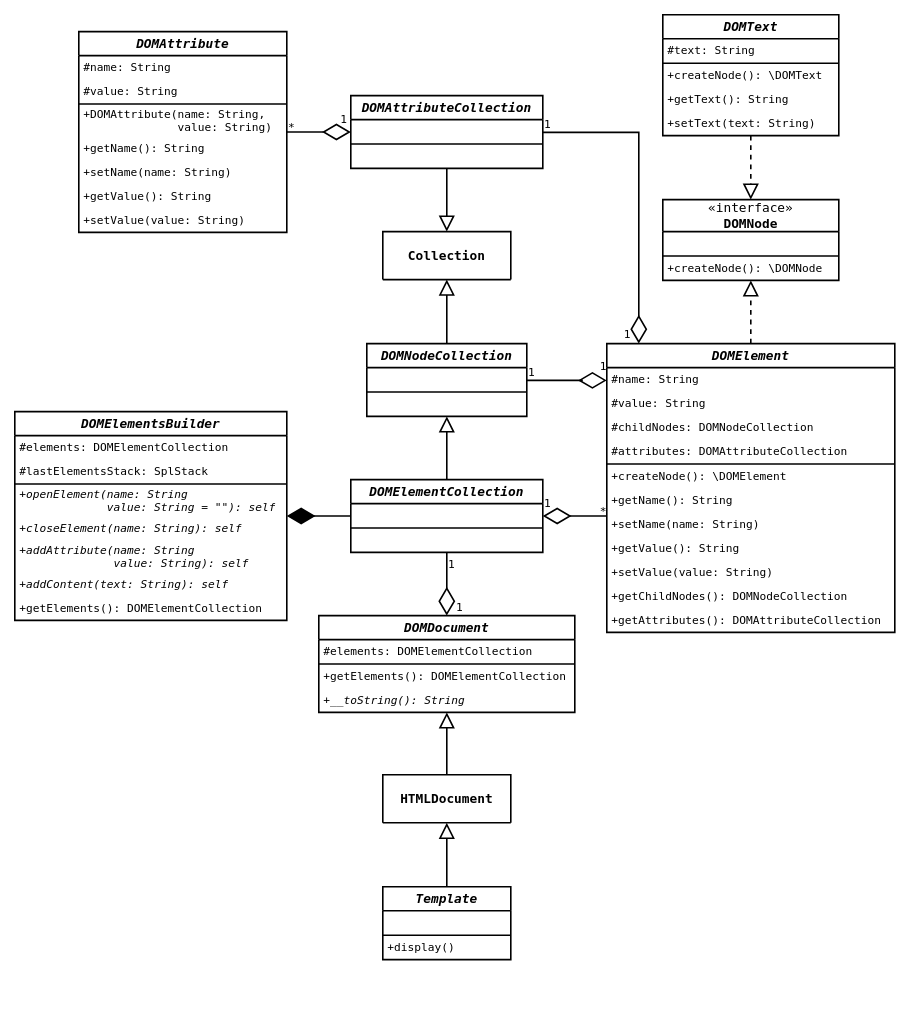
Above: page "template" (7 of 7) of docs/uml/PHPeacock.drawio in AntoineToPHPin/PHPeacock (draw.io), before the change. Source tidied: cells renumbered, new cells numbered last; positions are measured from the earlier drawing's top-left corner, leaving out a move shared by most shapes. Both pictures are drawn from the tidied source at 80%, with x=0, y=0 at pixel (14, 14).
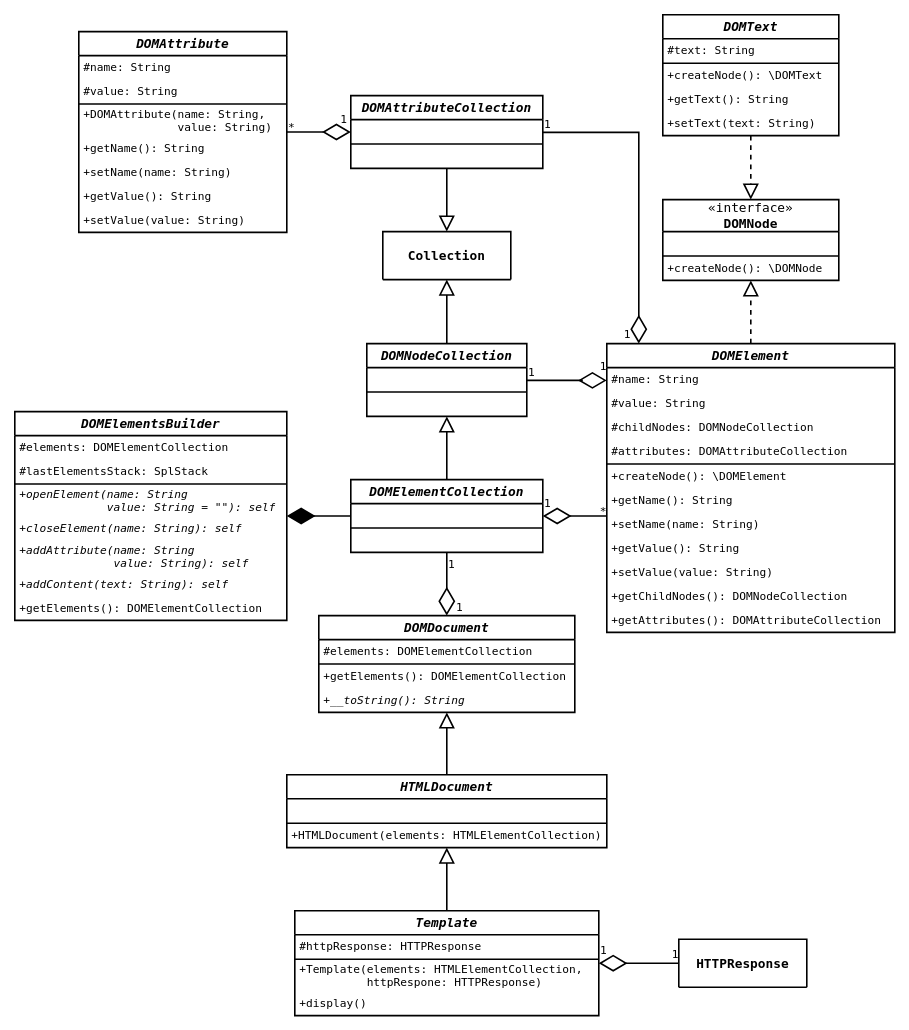
Above is the later version.

Commit message (it also covers changes not shown here):
features/template: Template class doc

Unchanged cells that the change refers to:
```xml
<mxCell id="52" value="&lt;i&gt;DOMDocument&lt;/i&gt;" style="swimlane;fontStyle=1;align=center;verticalAlign=middle;horizontal=1;startSize=30;fontSize=16;fontFamily=Lucida Console;strokeWidth=2;swimlaneLine=1;rounded=0;shadow=0;glass=0;swimlaneFillColor=none;fillColor=none;labelBackgroundColor=none;labelBorderColor=none;whiteSpace=wrap;html=1;noLabel=0;movableLabel=0;comic=0;" parent="1" vertex="1">
  <mxGeometry x="380" y="751" width="320" height="121" as="geometry" />
</mxCell>
```

Diff of the diagram source:
```diff
@@
     <mxCell id="66" value="&lt;span&gt;Template&lt;/span&gt;" style="swimlane;fontStyle=3;align=center;verticalAlign=middle;horizontal=1;startSize=30;fontSize=16;fontFamily=Lucida Console;strokeWidth=2;swimlaneLine=1;rounded=0;shadow=0;glass=0;swimlaneFillColor=none;fillColor=none;labelBackgroundColor=none;labelBorderColor=none;whiteSpace=wrap;html=1;noLabel=0;movableLabel=0;comic=0;" parent="1" vertex="1">
-      <mxGeometry x="460" y="1090" width="160" height="91" as="geometry" />
+      <mxGeometry x="350" y="1120" width="380" height="131" as="geometry" />
     </mxCell>
-    <mxCell id="67" value="&amp;nbsp;" style="text;align=left;verticalAlign=middle;spacingLeft=4;spacingRight=4;overflow=hidden;fontSize=14;fontFamily=Lucida Console;whiteSpace=wrap;strokeWidth=2;html=1;labelBackgroundColor=none;" parent="66" vertex="1">
-      <mxGeometry y="30" width="160" height="30" as="geometry" />
+    <mxCell id="67" value="#httpResponse: HTTPResponse" style="text;align=left;verticalAlign=middle;spacingLeft=4;spacingRight=4;overflow=hidden;fontSize=14;fontFamily=Lucida Console;whiteSpace=wrap;strokeWidth=2;html=1;labelBackgroundColor=none;" parent="66" vertex="1">
+      <mxGeometry y="30" width="380" height="30" as="geometry" />
     </mxCell>
     <mxCell id="68" style="line;strokeWidth=2;fillColor=none;align=left;verticalAlign=middle;spacingTop=-1;spacingLeft=3;spacingRight=3;labelPosition=right;fontSize=11;html=1;" parent="66" vertex="1">
-      <mxGeometry y="60" width="160" height="1" as="geometry" />
+      <mxGeometry y="60" width="380" height="1" as="geometry" />
     </mxCell>
+    <mxCell id="89" value="+Template(elements: HTMLElementCollection,&lt;br&gt;&amp;nbsp; &amp;nbsp; &amp;nbsp; &amp;nbsp; &amp;nbsp; httpRespone: HTTPResponse)" style="text;strokeColor=none;fillColor=none;align=left;verticalAlign=middle;spacingLeft=4;spacingRight=4;overflow=hidden;fontSize=14;fontFamily=Lucida Console;whiteSpace=wrap;html=1;fontStyle=0;" parent="66" vertex="1">
+      <mxGeometry y="61" width="380" height="40" as="geometry" />
+    </mxCell>
     <mxCell id="69" value="+display()" style="text;strokeColor=none;fillColor=none;align=left;verticalAlign=middle;spacingLeft=4;spacingRight=4;overflow=hidden;fontSize=14;fontFamily=Lucida Console;whiteSpace=wrap;html=1;fontStyle=0;" parent="66" vertex="1">
-      <mxGeometry y="61" width="160" height="30" as="geometry" />
+      <mxGeometry y="101" width="380" height="30" as="geometry" />
     </mxCell>
     <mxCell id="70" style="edgeStyle=orthogonalEdgeStyle;rounded=0;jettySize=auto;html=1;fontSize=14;strokeWidth=2;endArrow=block;endFill=0;anchorPointDirection=1;snapToPoint=0;fixDash=0;noJump=0;comic=0;endSize=15;startSize=5;jumpStyle=gap;jumpSize=10;" parent="1" edge="1" source="66" target="87">
-      <mxGeometry relative="1" as="geometry">
-        <Array as="points">
-          <mxPoint x="540" y="1050" />
-          <mxPoint x="540" y="1050" />
-        </Array>
-      </mxGeometry>
+      <mxGeometry relative="1" as="geometry" />
     </mxCell>
@@
+    <mxCell id="88" style="edgeStyle=orthogonalEdgeStyle;rounded=0;jettySize=auto;html=1;fontSize=14;strokeWidth=2;endArrow=block;endFill=0;anchorPointDirection=1;snapToPoint=0;fixDash=0;noJump=0;comic=0;endSize=15;startSize=5;jumpStyle=gap;jumpSize=10;" parent="1" edge="1" source="87" target="52">
+      <mxGeometry relative="1" as="geometry">
+        <Array as="points">
+          <mxPoint x="540" y="1026" />
+        </Array>
+      </mxGeometry>
+    </mxCell>
-    <mxCell id="87" value="HTMLDocument" style="swimlane;fontStyle=1;align=center;verticalAlign=middle;horizontal=1;startSize=90;fontSize=16;fontFamily=Lucida Console;strokeWidth=2;swimlaneLine=1;rounded=0;shadow=0;glass=0;swimlaneFillColor=none;fillColor=none;labelBackgroundColor=none;labelBorderColor=none;whiteSpace=wrap;html=1;noLabel=0;movableLabel=0;comic=0;" parent="1" vertex="1">
-      <mxGeometry x="460" y="950" width="160" height="60" as="geometry" />
+    <mxCell id="87" value="&lt;span&gt;HTMLDocument&lt;/span&gt;" style="swimlane;fontStyle=3;align=center;verticalAlign=middle;horizontal=1;startSize=30;fontSize=16;fontFamily=Lucida Console;strokeWidth=2;swimlaneLine=1;rounded=0;shadow=0;glass=0;swimlaneFillColor=none;fillColor=none;labelBackgroundColor=none;labelBorderColor=none;whiteSpace=wrap;html=1;noLabel=0;movableLabel=0;comic=0;" parent="1" vertex="1">
+      <mxGeometry x="340" y="950" width="400" height="91" as="geometry" />
     </mxCell>
-    <mxCell id="88" style="edgeStyle=orthogonalEdgeStyle;rounded=0;jettySize=auto;html=1;fontSize=14;strokeWidth=2;endArrow=block;endFill=0;anchorPointDirection=1;snapToPoint=0;fixDash=0;noJump=0;comic=0;endSize=15;startSize=5;jumpStyle=gap;jumpSize=10;" parent="1" edge="1" source="87" target="52">
-      <mxGeometry relative="1" as="geometry">
-        <Array as="points">
-          <mxPoint x="540" y="940" />
-          <mxPoint x="540" y="940" />
-        </Array>
-      </mxGeometry>
-    </mxCell>
+    <mxCell id="90" value="&amp;nbsp;" style="text;align=left;verticalAlign=middle;spacingLeft=4;spacingRight=4;overflow=hidden;fontSize=14;fontFamily=Lucida Console;whiteSpace=wrap;strokeWidth=2;html=1;" parent="87" vertex="1">
+      <mxGeometry y="30" width="400" height="30" as="geometry" />
+    </mxCell>
+    <mxCell id="91" style="line;strokeWidth=2;fillColor=none;align=left;verticalAlign=middle;spacingTop=-1;spacingLeft=3;spacingRight=3;labelPosition=right;fontSize=11;html=1;" parent="87" vertex="1">
+      <mxGeometry y="60" width="400" height="1" as="geometry" />
+    </mxCell>
+    <mxCell id="92" value="+HTMLDocument(elements: HTMLElementCollection)" style="text;strokeColor=none;fillColor=none;align=left;verticalAlign=middle;spacingLeft=4;spacingRight=4;overflow=hidden;fontSize=14;fontFamily=Lucida Console;whiteSpace=wrap;html=1;fontStyle=0;" parent="87" vertex="1">
+      <mxGeometry y="61" width="400" height="30" as="geometry" />
+    </mxCell>
+    <mxCell id="93" style="endArrow=none;html=1;strokeWidth=2;fontFamily=Lucida Console;fontSize=14;rounded=0;startArrow=diamondThin;startFill=0;startSize=30;edgeStyle=orthogonalEdgeStyle;endSize=5;" parent="1" edge="1" source="66" target="96">
+      <mxGeometry relative="1" as="geometry" />
+    </mxCell>
+    <mxCell id="94" value="1" style="edgeLabel;html=1;align=left;verticalAlign=bottom;fontFamily=Lucida Console;fontSize=14;labelBackgroundColor=none;" parent="93" vertex="1">
+      <mxGeometry x="-1" relative="1" as="geometry">
+        <mxPoint y="-5.5" as="offset" />
+      </mxGeometry>
+    </mxCell>
+    <mxCell id="95" value="1" style="edgeLabel;html=1;align=right;verticalAlign=bottom;fontFamily=Lucida Console;fontSize=14;labelBackgroundColor=none;" parent="93" vertex="1">
+      <mxGeometry x="1" relative="1" as="geometry">
+        <mxPoint y="-0.5" as="offset" />
+      </mxGeometry>
+    </mxCell>
+    <mxCell id="96" value="HTTPResponse" style="swimlane;fontStyle=1;align=center;verticalAlign=middle;horizontal=1;startSize=90;fontSize=16;fontFamily=Lucida Console;strokeWidth=2;swimlaneLine=1;rounded=0;shadow=0;glass=0;swimlaneFillColor=none;fillColor=none;labelBackgroundColor=none;labelBorderColor=none;whiteSpace=wrap;html=1;noLabel=0;movableLabel=0;comic=0;" parent="1" vertex="1">
+      <mxGeometry x="830" y="1155.5" width="160" height="60" as="geometry" />
+    </mxCell>
```
